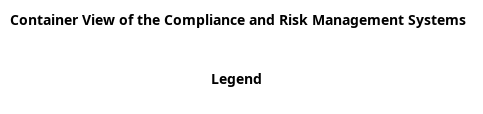
Before: docs/mybank/compliance/container-view.png, a diagram exported from PlantUML (soulspace-org/my-bank-model). The source it was exported from:
```plantuml
@startuml container-view
!include <C4/C4_Container.puml>
!include <awslib14/AWSCommon>
!include <awslib14/AWSC4Integration>
!include <azure/AzureCommon>
!include <azure/AzureC4Integration>
!include <tupadr3/common>


LAYOUT_TOP_DOWN()




title Container View of the Compliance and Risk Management Systems
SHOW_LEGEND()
@enduml
```
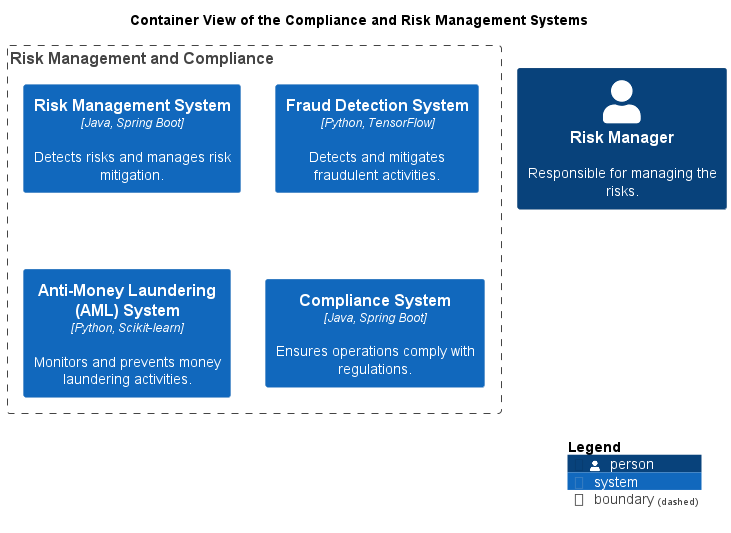
The same diagram one commit later.

Change to the diagram source:
```diff
@@ -13,5 +13,12 @@
 
 
 title Container View of the Compliance and Risk Management Systems
+Person(mybank_compliance_riskManager, "Risk Manager", $descr="Responsible for managing the risks.")
+Boundary(mybank_compliance_contextBoundary, "Risk Management and Compliance") {
+  System(mybank_compliance_riskManagementSystem, "Risk Management System", $descr="Detects risks and manages risk mitigation.", $type="Java, Spring Boot")
+  System(mybank_compliance_fraudDetectionSystem, "Fraud Detection System", $descr="Detects and mitigates fraudulent activities.", $type="Python, TensorFlow")
+  System(mybank_compliance_amlSystem, "Anti-Money Laundering (AML) System", $descr="Monitors and prevents money laundering activities.", $type="Python, Scikit-learn")
+  System(mybank_compliance_complianceSystem, "Compliance System", $descr="Ensures operations comply with regulations.", $type="Java, Spring Boot")
+}
 SHOW_LEGEND()
 @enduml
```
